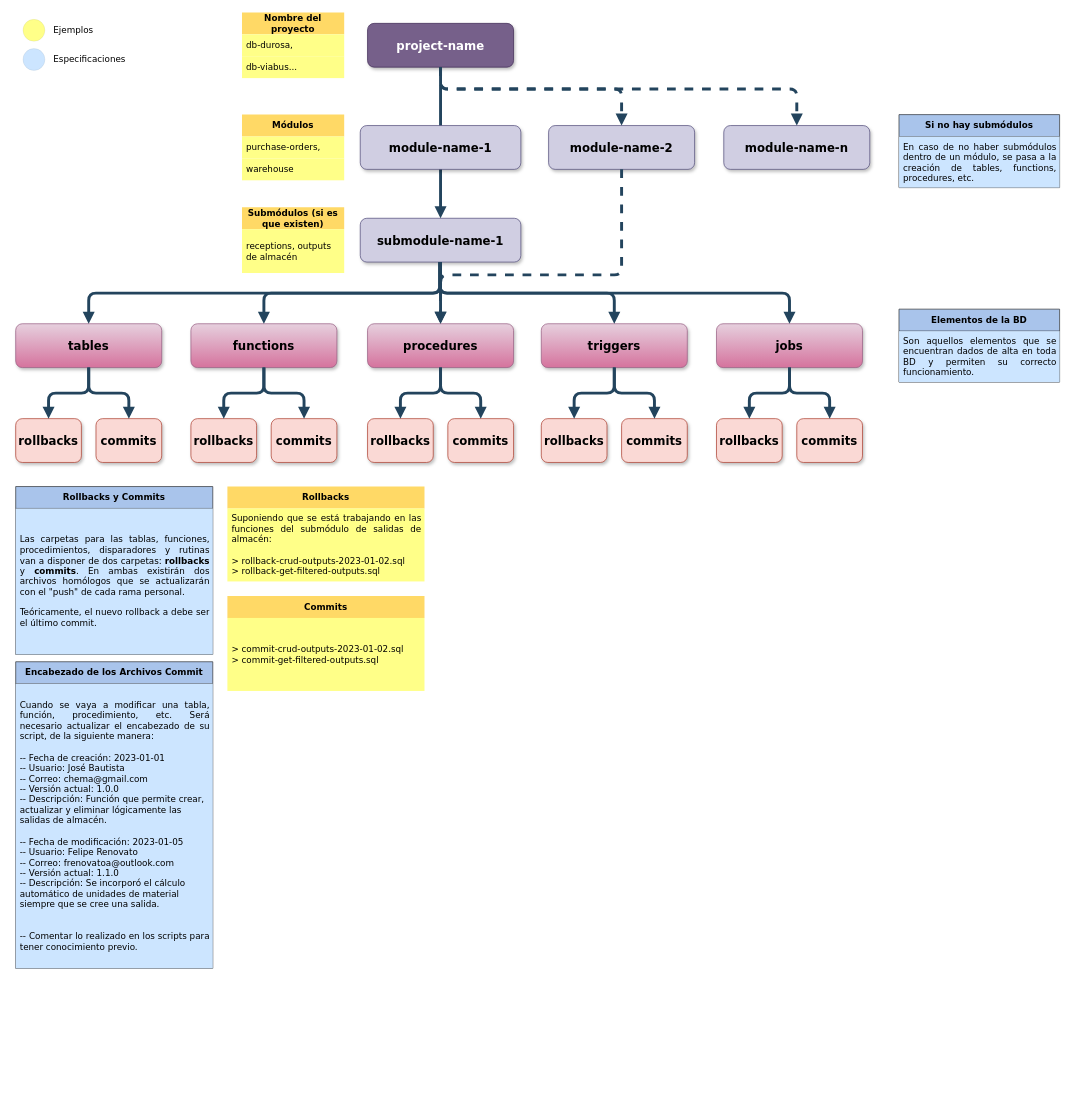
The draw.io diagram db-repository.drawio in frenovatoa/diagrams, before the edit. Source tidied: cells renumbered, new cells numbered last; positions are measured from the earlier drawing's top-left corner, leaving out a move shared by most shapes. Both pictures are drawn from the tidied source at 73%, with x=0, y=0 at pixel (15, 12).
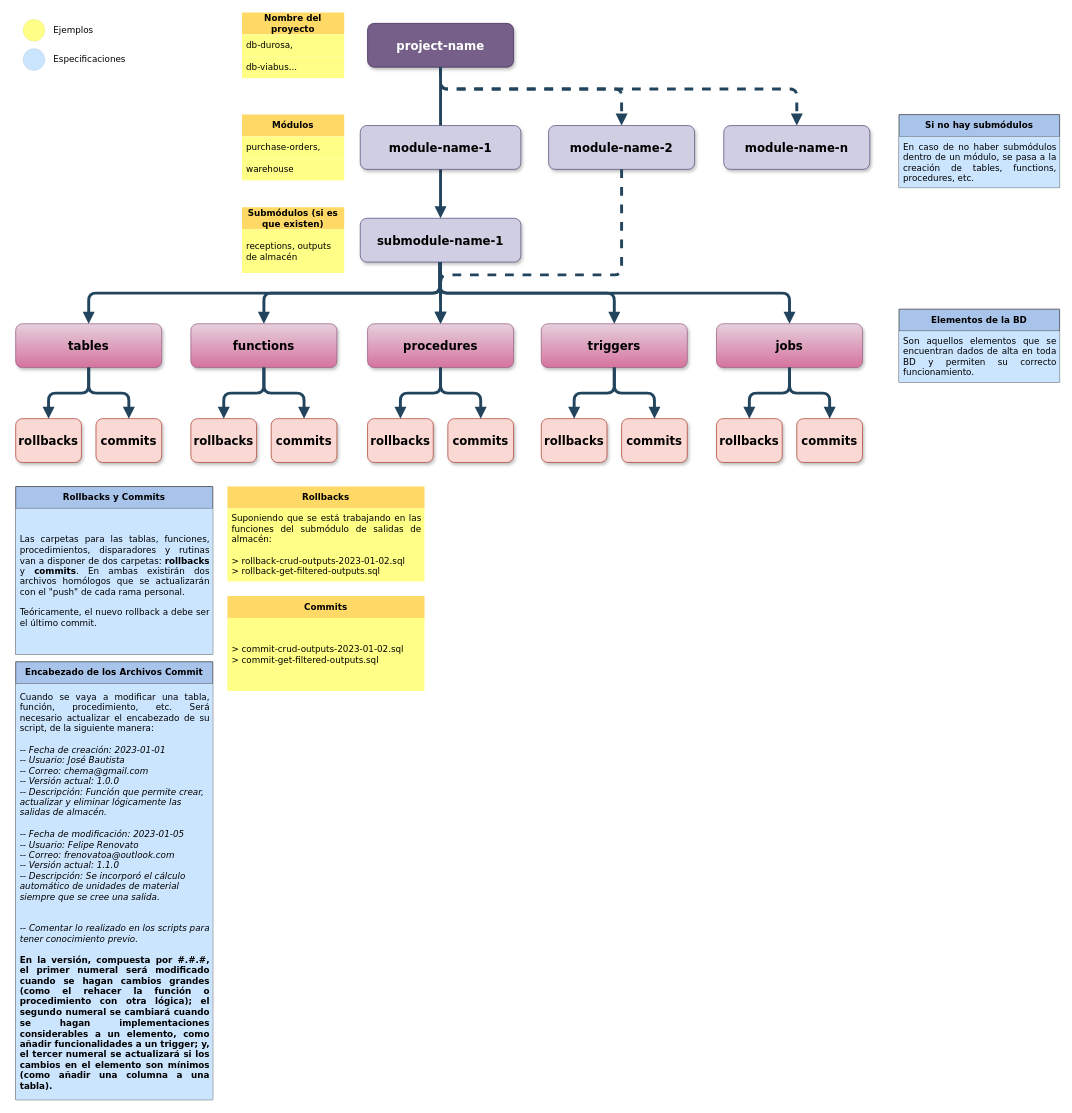
The same page after the edit.

Change to the diagram source:
```diff
@@
     <mxCell id="63" value="Encabezado de los Archivos Commit" style="swimlane;fontStyle=1;horizontal=1;startSize=30;whiteSpace=wrap;html=1;fontFamily=Verdana;fontSize=12;fillColor=#A9C4EB;strokeColor=#36393d;" parent="1" vertex="1">
-      <mxGeometry y="890" width="270" height="420" as="geometry" />
+      <mxGeometry y="890" width="270" height="600" as="geometry" />
     </mxCell>
-    <mxCell id="64" value="&lt;div align=&quot;justify&quot;&gt;Cuando se vaya a modificar una tabla, función, procedimiento, etc. Será necesario actualizar el encabezado de su script, de la siguiente manera:&lt;/div&gt;&lt;div align=&quot;justify&quot;&gt;&lt;br&gt;&lt;/div&gt;&lt;div&gt;-- Fecha de creación: 2023-01-01&lt;/div&gt;&lt;div&gt;-- Usuario: José Bautista&lt;/div&gt;&lt;div&gt;-- Correo: chema@gmail.com&lt;/div&gt;&lt;div&gt;-- Versión actual: 1.0.0&lt;/div&gt;&lt;div&gt;-- Descripción: Función que permite crear, actualizar y eliminar lógicamente las salidas de almacén.&lt;/div&gt;&lt;div&gt;&lt;br&gt;&lt;/div&gt;&lt;div&gt;&lt;div&gt;-- Fecha de modificación: 2023-01-05&lt;/div&gt;&lt;div&gt;-- Usuario: Felipe Renovato&lt;br&gt;&lt;/div&gt;&lt;div&gt;-- Correo: frenovatoa@outlook.com&lt;/div&gt;&lt;div&gt;-- Versión actual: 1.1.0&lt;/div&gt;-- Descripción: Se incorporó el cálculo automático de unidades de material siempre que se cree una salida.&lt;/div&gt;&lt;div&gt;&lt;br&gt;&lt;/div&gt;&lt;div&gt;&lt;br&gt;&lt;/div&gt;&lt;div align=&quot;justify&quot;&gt;-- Comentar lo realizado en los scripts para tener conocimiento previo.&lt;br&gt;&lt;/div&gt;" style="text;strokeColor=#36393d;fillColor=#cce5ff;align=left;verticalAlign=middle;spacingLeft=4;spacingRight=4;overflow=hidden;whiteSpace=wrap;html=1;fontFamily=Verdana;fontSize=12;strokeWidth=0;" parent="63" vertex="1">
-      <mxGeometry y="30" width="270" height="390" as="geometry" />
+    <mxCell id="64" value="&lt;div align=&quot;justify&quot;&gt;Cuando se vaya a modificar una tabla, función, procedimiento, etc. Será necesario actualizar el encabezado de su script, de la siguiente manera:&lt;/div&gt;&lt;div align=&quot;justify&quot;&gt;&lt;br&gt;&lt;/div&gt;&lt;div&gt;&lt;i&gt;-- Fecha de creación: 2023-01-01&lt;/i&gt;&lt;/div&gt;&lt;div&gt;&lt;i&gt;-- Usuario: José Bautista&lt;/i&gt;&lt;/div&gt;&lt;div&gt;&lt;i&gt;-- Correo: chema@gmail.com&lt;/i&gt;&lt;/div&gt;&lt;div&gt;&lt;i&gt;-- Versión actual: 1.0.0&lt;/i&gt;&lt;/div&gt;&lt;div&gt;&lt;i&gt;-- Descripción: Función que permite crear, actualizar y eliminar lógicamente las salidas de almacén.&lt;/i&gt;&lt;/div&gt;&lt;div&gt;&lt;i&gt;&lt;br&gt;&lt;/i&gt;&lt;/div&gt;&lt;div&gt;&lt;div&gt;&lt;i&gt;-- Fecha de modificación: 2023-01-05&lt;/i&gt;&lt;/div&gt;&lt;div&gt;&lt;i&gt;-- Usuario: Felipe Renovato&lt;br&gt;&lt;/i&gt;&lt;/div&gt;&lt;div&gt;&lt;i&gt;-- Correo: frenovatoa@outlook.com&lt;/i&gt;&lt;/div&gt;&lt;div&gt;&lt;i&gt;-- Versión actual: 1.1.0&lt;/i&gt;&lt;/div&gt;&lt;i&gt;-- Descripción: Se incorporó el cálculo automático de unidades de material siempre que se cree una salida.&lt;/i&gt;&lt;/div&gt;&lt;div&gt;&lt;i&gt;&lt;br&gt;&lt;/i&gt;&lt;/div&gt;&lt;div&gt;&lt;i&gt;&lt;br&gt;&lt;/i&gt;&lt;/div&gt;&lt;div align=&quot;justify&quot;&gt;&lt;i&gt;-- Comentar lo realizado en los scripts para tener conocimiento previo.&lt;/i&gt;&lt;/div&gt;&lt;div align=&quot;justify&quot;&gt;&lt;i&gt;&lt;br&gt;&lt;/i&gt;&lt;/div&gt;&lt;div align=&quot;justify&quot;&gt;&lt;b&gt;En la versión, compuesta por #.#.#, el primer numeral será modificado cuando se hagan cambios grandes (como el rehacer la función o procedimiento con otra lógica); el segundo numeral se cambiará cuando se hagan implementaciones considerables a un elemento, como añadir funcionalidades a un trigger; y, el tercer numeral se actualizará si los cambios en el elemento son mínimos (como añadir una columna a una tabla).&lt;/b&gt;&lt;br&gt;&lt;/div&gt;" style="text;strokeColor=#36393d;fillColor=#cce5ff;align=left;verticalAlign=middle;spacingLeft=4;spacingRight=4;overflow=hidden;whiteSpace=wrap;html=1;fontFamily=Verdana;fontSize=12;strokeWidth=0;" parent="63" vertex="1">
+      <mxGeometry y="30" width="270" height="570" as="geometry" />
     </mxCell>
```
